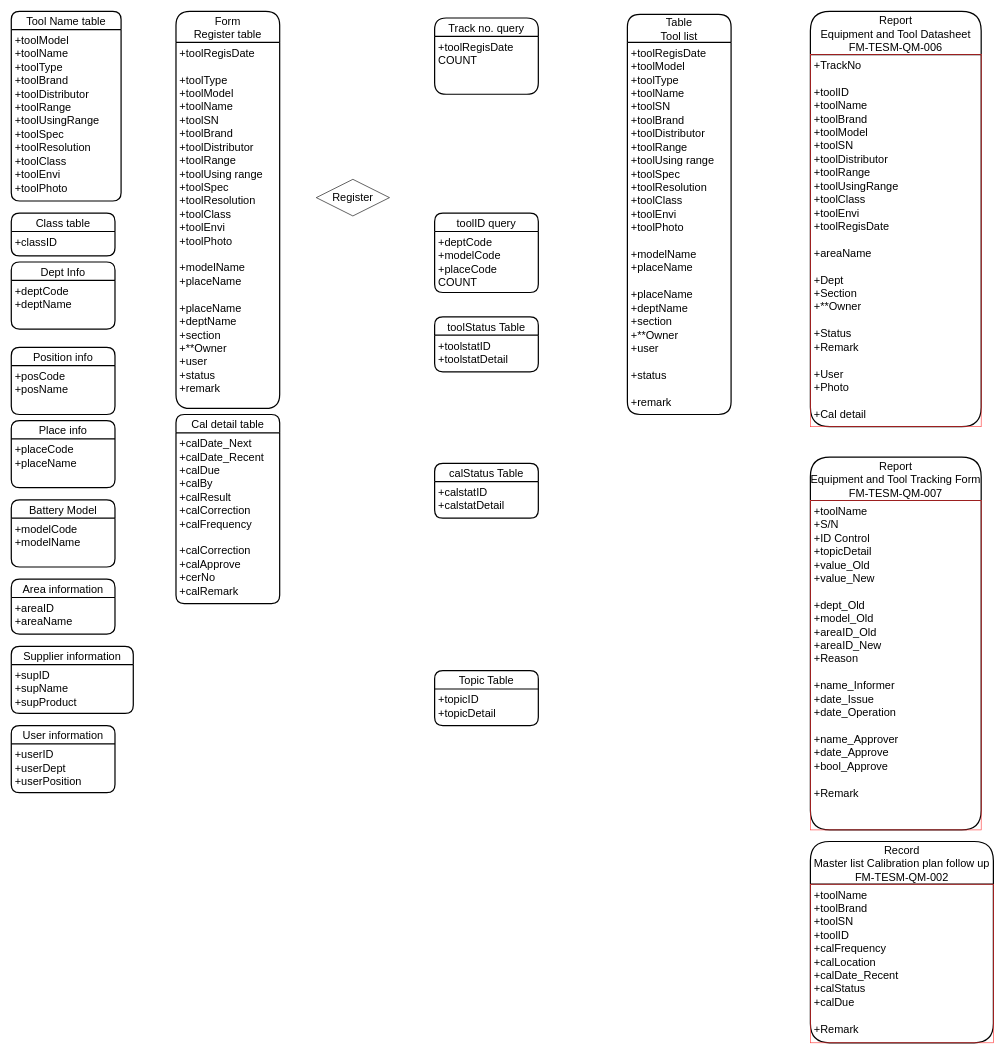
Above: CMM process.drawio in SathapatS/test (draw.io), before the change. Source tidied: cells renumbered, new cells numbered last; positions are measured from the earlier drawing's top-left corner, leaving out a move shared by most shapes. Both pictures are drawn from the tidied source at 61%, with x=0, y=0 at pixel (11, 11).
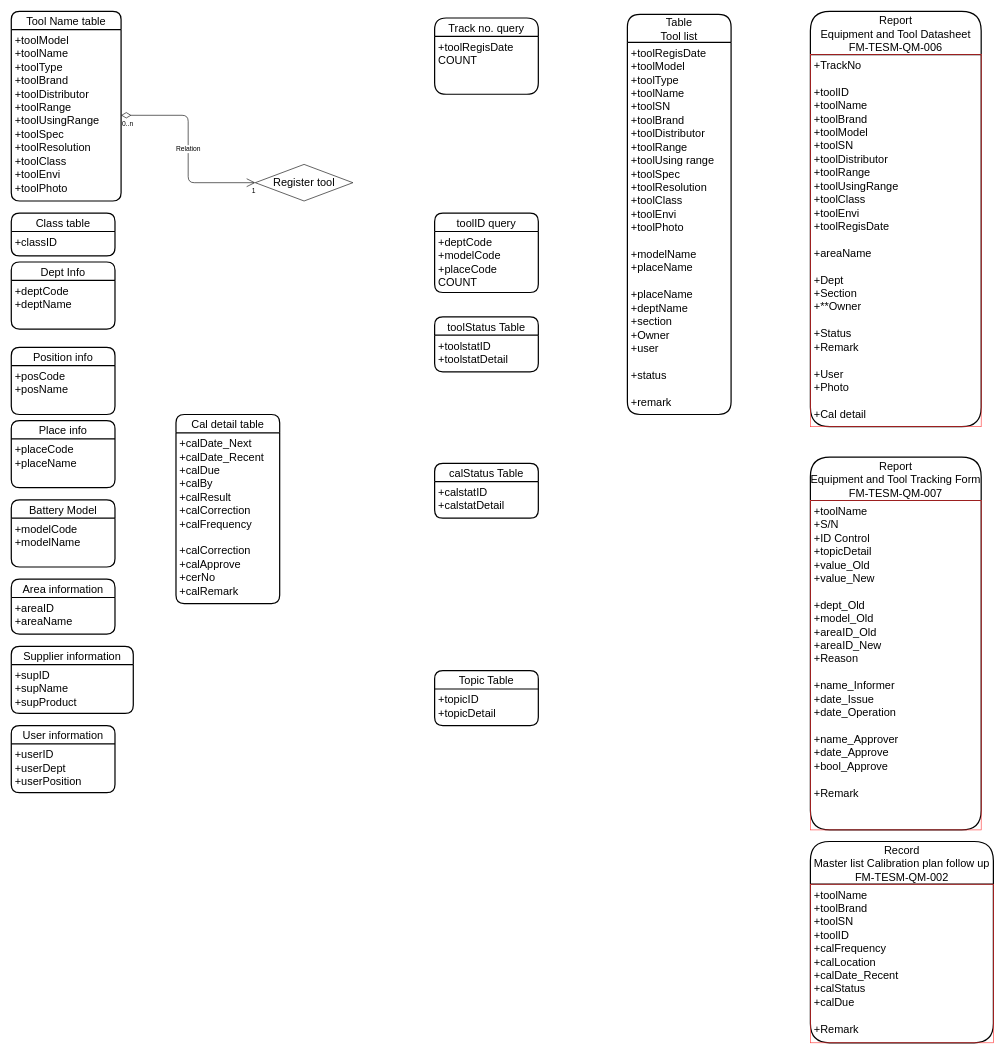
The same diagram, later.

Unchanged cells that the change refers to:
```xml
<mxCell id="4" value="Table&#10;Tool list" style="swimlane;horizontal=1;startSize=46;rounded=1;fontSize=18;fontStyle=0;strokeWidth=2;shadow=0;dashed=0;align=center;" parent="1" vertex="1">
  <mxGeometry x="1010" y="5" width="170" height="656" as="geometry" />
</mxCell>
<mxCell id="13" value="+toolModel&#10;+toolName&#10;+toolType&#10;+toolBrand&#10;+toolDistributor&#10;+toolRange&#10;+toolUsingRange&#10;+toolSpec&#10;+toolResolution&#10;+toolClass&#10;+toolEnvi&#10;+toolPhoto" style="align=left;strokeColor=none;fillColor=none;spacingLeft=4;fontSize=18;verticalAlign=top;" parent="12" vertex="1">
  <mxGeometry y="30" width="180" height="281" as="geometry" />
</mxCell>
```

Diff of the diagram source:
```diff
@@
-    <mxCell id="5" value="+toolRegisDate&#10;+toolModel&#10;+toolType&#10;+toolName&#10;+toolSN&#10;+toolBrand&#10;+toolDistributor&#10;+toolRange&#10;+toolUsing range&#10;+toolSpec&#10;+toolResolution&#10;+toolClass&#10;+toolEnvi&#10;+toolPhoto&#10;&#10;+modelName&#10;+placeName&#10;&#10;+placeName &#10;+deptName&#10;+section&#10;+**Owner&#10;+user&#10;&#10;+status&#10;&#10;+remark&#10;&#10;&#10;" style="align=left;strokeColor=none;fillColor=none;spacingLeft=4;fontSize=18;verticalAlign=top;" parent="4" vertex="1">
+    <mxCell id="5" value="+toolRegisDate&#10;+toolModel&#10;+toolType&#10;+toolName&#10;+toolSN&#10;+toolBrand&#10;+toolDistributor&#10;+toolRange&#10;+toolUsing range&#10;+toolSpec&#10;+toolResolution&#10;+toolClass&#10;+toolEnvi&#10;+toolPhoto&#10;&#10;+modelName&#10;+placeName&#10;&#10;+placeName &#10;+deptName&#10;+section&#10;+Owner&#10;+user&#10;&#10;+status&#10;&#10;+remark&#10;&#10;&#10;" style="align=left;strokeColor=none;fillColor=none;spacingLeft=4;fontSize=18;verticalAlign=top;" parent="4" vertex="1">
       <mxGeometry y="46" width="170" height="610" as="geometry" />
     </mxCell>
@@
-    <mxCell id="40" value="Form&#10;Register table" style="swimlane;horizontal=1;startSize=51;rounded=1;fontSize=18;fontStyle=0;strokeWidth=2;shadow=0;dashed=0;align=center;" parent="1" vertex="1">
-      <mxGeometry x="270" width="170" height="651" as="geometry" />
-    </mxCell>
-    <mxCell id="41" value="+toolRegisDate&#10;&#10;+toolType&#10;+toolModel&#10;+toolName&#10;+toolSN&#10;+toolBrand&#10;+toolDistributor&#10;+toolRange&#10;+toolUsing range&#10;+toolSpec&#10;+toolResolution&#10;+toolClass&#10;+toolEnvi&#10;+toolPhoto&#10;&#10;+modelName&#10;+placeName&#10;&#10;+placeName &#10;+deptName&#10;+section&#10;+**Owner&#10;+user&#10;+status&#10;+remark&#10;&#10;&#10;" style="align=left;strokeColor=none;fillColor=none;spacingLeft=4;fontSize=18;verticalAlign=top;" parent="40" vertex="1">
-      <mxGeometry y="51" width="170" height="600" as="geometry" />
-    </mxCell>
-    <mxCell id="42" value="&lt;font style=&quot;font-size: 18px&quot;&gt;Register&lt;/font&gt;" style="shape=rhombus;perimeter=rhombusPerimeter;whiteSpace=wrap;html=1;align=center;" parent="1" vertex="1">
-      <mxGeometry x="500" y="275.5" width="120" height="60" as="geometry" />
+    <mxCell id="42" value="&lt;font style=&quot;font-size: 18px&quot;&gt;Register tool&lt;/font&gt;" style="shape=rhombus;perimeter=rhombusPerimeter;whiteSpace=wrap;html=1;align=center;" parent="1" vertex="1">
+      <mxGeometry x="400" y="251" width="160" height="60" as="geometry" />
     </mxCell>
+    <mxCell id="43" value="Relation" style="endArrow=open;html=1;endSize=12;startArrow=diamondThin;startSize=14;startFill=0;edgeStyle=orthogonalEdgeStyle;exitX=1;exitY=0.5;exitDx=0;exitDy=0;entryX=0;entryY=0.5;entryDx=0;entryDy=0;" parent="1" edge="1" source="13" target="42">
+      <mxGeometry relative="1" as="geometry" />
+    </mxCell>
+    <mxCell id="44" value="0..n" style="edgeLabel;html=1;align=left;verticalAlign=top;" parent="43" vertex="1">
+      <mxGeometry x="-1" relative="1" as="geometry" />
+    </mxCell>
+    <mxCell id="45" value="1" style="edgeLabel;html=1;align=right;verticalAlign=top;" parent="43" vertex="1">
+      <mxGeometry x="1" relative="1" as="geometry" />
+    </mxCell>
```
